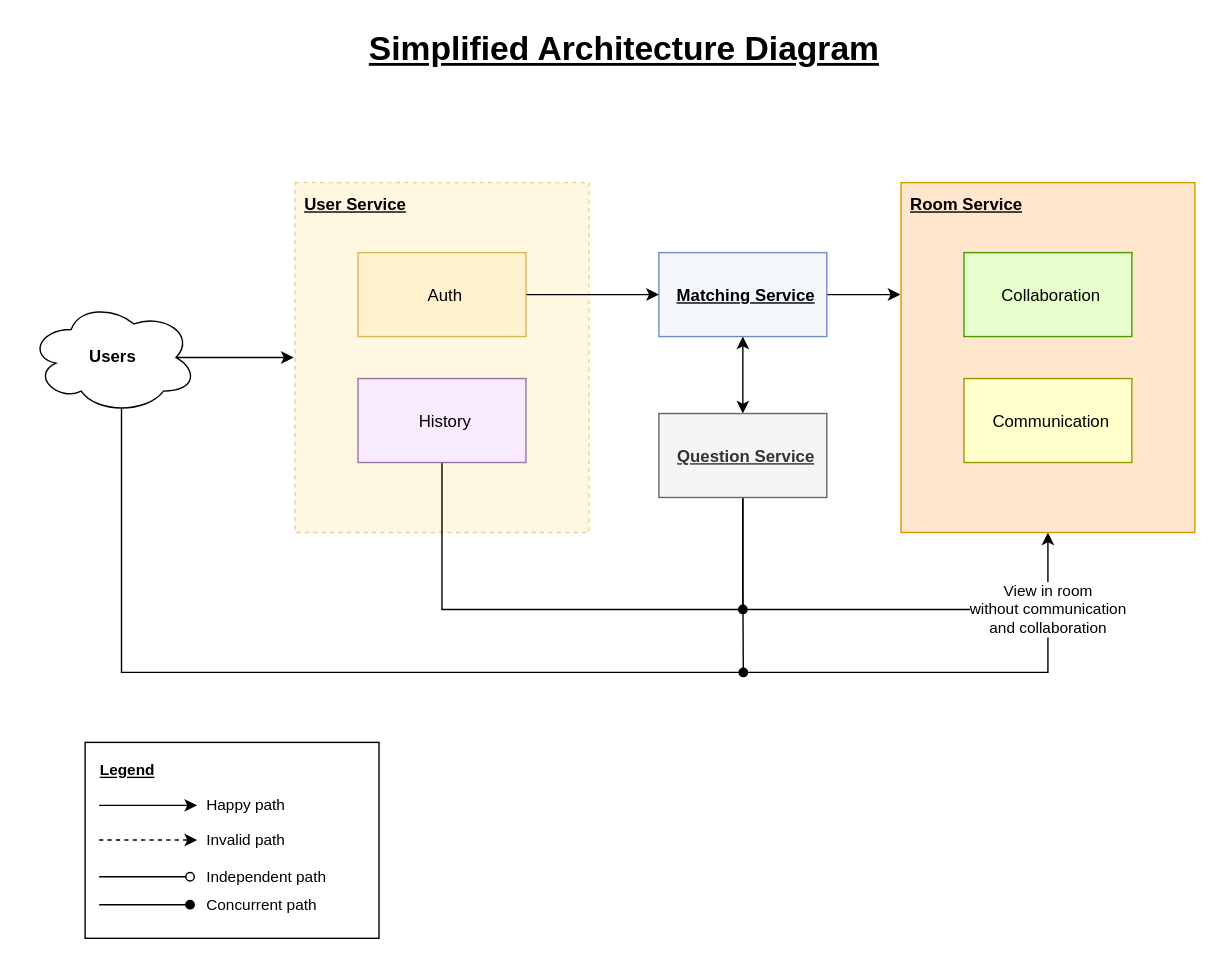
Earlier version of the draw.io export docs/architecture-simple.svg (CS3219-AY2223S1/cs3219-project-ay2223s1-g42). Source tidied: cells renumbered, new cells last; positions are measured from the earlier drawing's top-left corner, leaving out a move shared by most shapes.
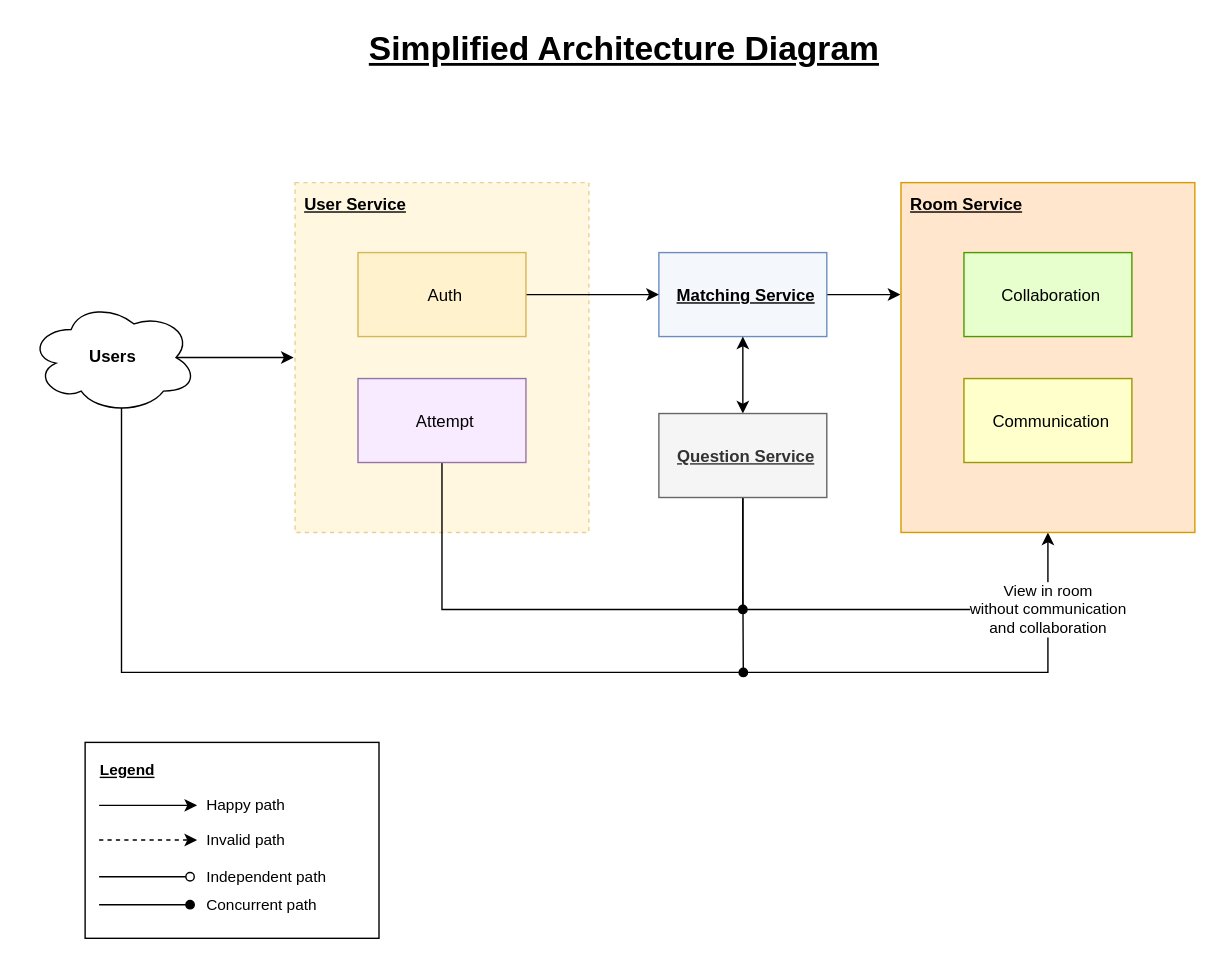
After the change.

The edit, as a diff of the source:
```diff
@@ -28,7 +28,7 @@
         </Array>
       </mxGeometry>
     </mxCell>
-    <mxCell id="9" value="&lt;span style=&quot;font-weight: normal&quot;&gt;History&lt;/span&gt;" style="whiteSpace=wrap;html=1;align=center;verticalAlign=middle;horizontal=1;spacingLeft=5;spacingTop=2;fontStyle=1;fillColor=#F8EBFF;strokeColor=#9673a6;" parent="1" vertex="1">
+    <mxCell id="9" value="&lt;span style=&quot;font-weight: normal&quot;&gt;Attempt&lt;/span&gt;" style="whiteSpace=wrap;html=1;align=center;verticalAlign=middle;horizontal=1;spacingLeft=5;spacingTop=2;fontStyle=1;fillColor=#F8EBFF;strokeColor=#9673a6;" parent="1" vertex="1">
       <mxGeometry x="235" y="250" width="120" height="60" as="geometry" />
     </mxCell>
     <mxCell id="10" style="group;" parent="1" vertex="1">
```
